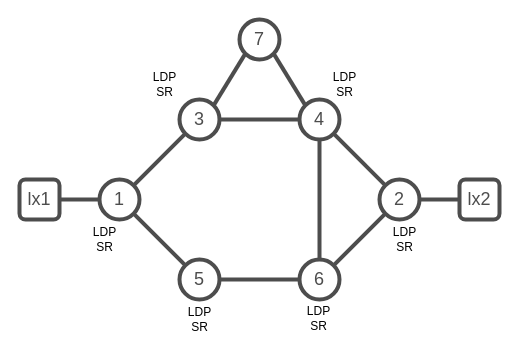
The draw.io diagram page "5" (5 of 7) of images/07.LDP-coexistence.drawio in IntuitiveSoft-net/sr-lab, before the edit. Source tidied: cells renumbered, new cells numbered last; positions are measured from the earlier drawing's top-left corner, leaving out a move shared by most shapes. Both pictures are drawn from the tidied source at 100%, with x=0, y=0 at pixel (19, 19).
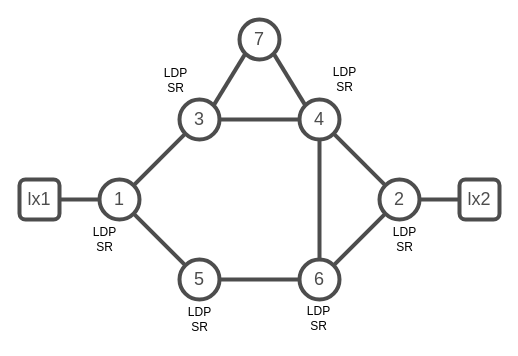
After the change.

What changed in the source:
```diff
@@
-    <mxCell id="23" value="LDP&lt;br&gt;SR" style="text;html=1;align=center;verticalAlign=middle;strokeColor=none;fillColor=none;" parent="1" vertex="1">
-      <mxGeometry x="120" y="45" width="50" height="40" as="geometry" />
-    </mxCell>
@@
-    <mxCell id="27" value="LDP&lt;br&gt;SR" style="text;html=1;align=center;verticalAlign=middle;strokeColor=none;fillColor=none;" parent="1" vertex="1">
-      <mxGeometry x="300" y="45" width="50" height="40" as="geometry" />
-    </mxCell>
+    <mxCell id="28" value="LDP&lt;br&gt;SR" style="text;html=1;align=center;verticalAlign=middle;strokeColor=none;fillColor=none;" parent="1" vertex="1">
+      <mxGeometry x="130.5" y="41" width="50" height="40" as="geometry" />
+    </mxCell>
+    <mxCell id="29" value="LDP&lt;br&gt;SR" style="text;html=1;align=center;verticalAlign=middle;strokeColor=none;fillColor=none;" parent="1" vertex="1">
+      <mxGeometry x="299.5" y="40" width="50" height="40" as="geometry" />
+    </mxCell>
```
